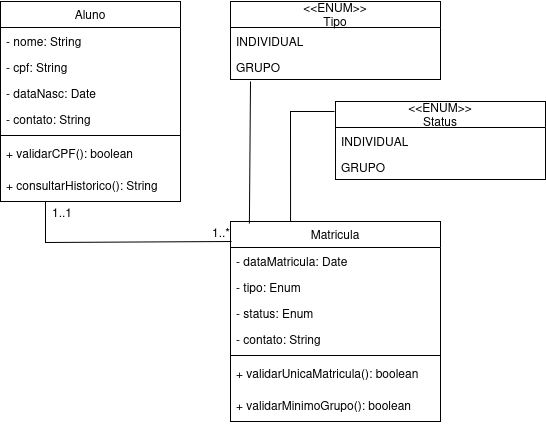
Earlier version of the draw.io export classes-trab.drawio.png (NathanAzvdo/trabalho_analiseII_N1). Source tidied: cells renumbered, new cells last; positions are measured from the earlier drawing's top-left corner, leaving out a move shared by most shapes.
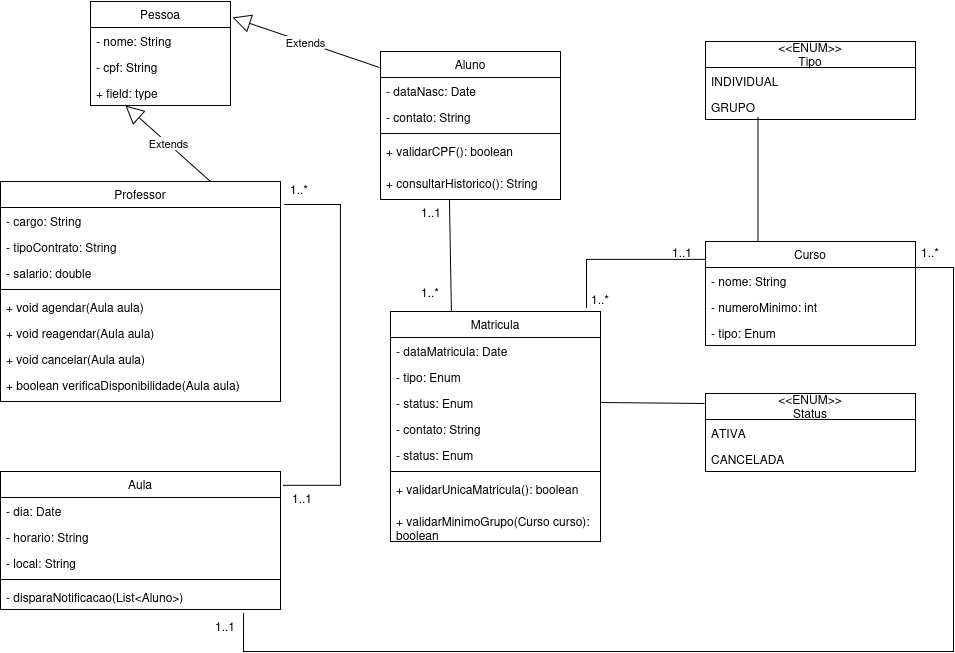
Above is the later version.

Change to the diagram source:
```diff
@@ -3,31 +3,25 @@
     <mxCell id="0" />
     <mxCell id="1" parent="0" />
     <mxCell id="2" value="Aluno" style="swimlane;fontStyle=0;horizontal=1;startSize=26;fillColor=none;whiteSpace=wrap;html=1;" parent="1" vertex="1">
-      <mxGeometry width="180" height="200" as="geometry" />
+      <mxGeometry x="220" y="-30" width="180" height="148" as="geometry" />
     </mxCell>
-    <mxCell id="3" value="- nome: String" style="text;strokeColor=none;fillColor=none;align=left;verticalAlign=top;spacingLeft=4;spacingRight=4;overflow=hidden;whiteSpace=wrap;html=1;" parent="2" vertex="1">
-      <mxGeometry y="26" width="180" height="26" as="geometry" />
-    </mxCell>
-    <mxCell id="4" value="- cpf: String" style="text;strokeColor=none;fillColor=none;align=left;verticalAlign=top;spacingLeft=4;spacingRight=4;overflow=hidden;whiteSpace=wrap;html=1;" parent="2" vertex="1">
-      <mxGeometry y="52" width="180" height="26" as="geometry" />
-    </mxCell>
     <mxCell id="5" value="- dataNasc: Date" style="text;strokeColor=none;fillColor=none;align=left;verticalAlign=top;spacingLeft=4;spacingRight=4;overflow=hidden;whiteSpace=wrap;html=1;" parent="2" vertex="1">
-      <mxGeometry y="78" width="180" height="26" as="geometry" />
+      <mxGeometry y="26" width="180" height="26" as="geometry" />
     </mxCell>
     <mxCell id="6" value="- contato: String" style="text;strokeColor=none;fillColor=none;align=left;verticalAlign=top;spacingLeft=4;spacingRight=4;overflow=hidden;whiteSpace=wrap;html=1;" parent="2" vertex="1">
-      <mxGeometry y="104" width="180" height="26" as="geometry" />
+      <mxGeometry y="52" width="180" height="26" as="geometry" />
     </mxCell>
     <mxCell id="7" style="line;strokeWidth=1;fillColor=none;align=left;verticalAlign=middle;spacingTop=-1;spacingLeft=3;spacingRight=3;labelPosition=right;strokeColor=inherit;" parent="2" vertex="1">
-      <mxGeometry y="130" width="180" height="8" as="geometry" />
+      <mxGeometry y="78" width="180" height="8" as="geometry" />
     </mxCell>
     <mxCell id="8" value="&lt;div&gt;+ validarCPF(): boolean&lt;/div&gt;" style="text;strokeColor=none;fillColor=none;align=left;verticalAlign=top;spacingLeft=4;spacingRight=4;overflow=hidden;whiteSpace=wrap;html=1;" parent="2" vertex="1">
-      <mxGeometry y="138" width="180" height="32" as="geometry" />
+      <mxGeometry y="86" width="180" height="32" as="geometry" />
     </mxCell>
     <mxCell id="9" value="&lt;div&gt;+ consultarHistorico(): String&lt;/div&gt;" style="text;strokeColor=none;fillColor=none;align=left;verticalAlign=top;spacingLeft=4;spacingRight=4;overflow=hidden;points=[[0,0.5],[1,0.5]];portConstraint=eastwest;whiteSpace=wrap;html=1;" parent="2" vertex="1">
-      <mxGeometry y="170" width="180" height="30" as="geometry" />
+      <mxGeometry y="118" width="180" height="30" as="geometry" />
     </mxCell>
     <mxCell id="10" value="Matricula" style="swimlane;fontStyle=0;horizontal=1;startSize=26;fillColor=none;whiteSpace=wrap;html=1;" parent="1" vertex="1">
-      <mxGeometry x="230" y="220" width="210" height="200" as="geometry" />
+      <mxGeometry x="230" y="230" width="210" height="230" as="geometry" />
     </mxCell>
     <mxCell id="11" value="- dataMatricula: Date" style="text;strokeColor=none;fillColor=none;align=left;verticalAlign=top;spacingLeft=4;spacingRight=4;overflow=hidden;whiteSpace=wrap;html=1;" parent="10" vertex="1">
       <mxGeometry y="26" width="210" height="26" as="geometry" />
@@ -41,17 +35,20 @@
     <mxCell id="14" value="- contato: String" style="text;strokeColor=none;fillColor=none;align=left;verticalAlign=top;spacingLeft=4;spacingRight=4;overflow=hidden;whiteSpace=wrap;html=1;" parent="10" vertex="1">
       <mxGeometry y="104" width="210" height="26" as="geometry" />
     </mxCell>
+    <mxCell id="29" value="- status: Enum " style="text;strokeColor=none;fillColor=none;align=left;verticalAlign=top;spacingLeft=4;spacingRight=4;overflow=hidden;whiteSpace=wrap;html=1;" parent="10" vertex="1">
+      <mxGeometry y="130" width="210" height="26" as="geometry" />
+    </mxCell>
     <mxCell id="15" style="line;strokeWidth=1;fillColor=none;align=left;verticalAlign=middle;spacingTop=-1;spacingLeft=3;spacingRight=3;labelPosition=right;strokeColor=inherit;" parent="10" vertex="1">
-      <mxGeometry y="130" width="210" height="8" as="geometry" />
+      <mxGeometry y="156" width="210" height="8" as="geometry" />
     </mxCell>
     <mxCell id="16" value="&lt;div&gt;+ validarUnicaMatricula(): boolean&lt;/div&gt;" style="text;strokeColor=none;fillColor=none;align=left;verticalAlign=top;spacingLeft=4;spacingRight=4;overflow=hidden;whiteSpace=wrap;html=1;" parent="10" vertex="1">
-      <mxGeometry y="138" width="210" height="32" as="geometry" />
+      <mxGeometry y="164" width="210" height="32" as="geometry" />
     </mxCell>
-    <mxCell id="17" value="&lt;div&gt;+ validarMinimoGrupo(): boolean&lt;/div&gt;" style="text;strokeColor=none;fillColor=none;align=left;verticalAlign=top;spacingLeft=4;spacingRight=4;overflow=hidden;whiteSpace=wrap;html=1;" parent="10" vertex="1">
-      <mxGeometry y="170" width="210" height="30" as="geometry" />
+    <mxCell id="17" value="&lt;div&gt;+ validarMinimoGrupo(Curso curso): boolean&lt;/div&gt;" style="text;strokeColor=none;fillColor=none;align=left;verticalAlign=top;spacingLeft=4;spacingRight=4;overflow=hidden;whiteSpace=wrap;html=1;" parent="10" vertex="1">
+      <mxGeometry y="196" width="210" height="34" as="geometry" />
     </mxCell>
     <mxCell id="18" value="&amp;lt;&amp;lt;ENUM&amp;gt;&amp;gt;&lt;div&gt;Tipo&lt;/div&gt;" style="swimlane;fontStyle=0;horizontal=1;startSize=26;fillColor=none;whiteSpace=wrap;html=1;" parent="1" vertex="1">
-      <mxGeometry x="230" width="210" height="78" as="geometry" />
+      <mxGeometry x="545" y="-40" width="210" height="78" as="geometry" />
     </mxCell>
     <mxCell id="19" value="INDIVIDUAL" style="text;strokeColor=none;fillColor=none;align=left;verticalAlign=top;spacingLeft=4;spacingRight=4;overflow=hidden;whiteSpace=wrap;html=1;" parent="18" vertex="1">
       <mxGeometry y="26" width="210" height="26" as="geometry" />
@@ -60,40 +57,161 @@
       <mxGeometry y="52" width="210" height="26" as="geometry" />
     </mxCell>
     <mxCell id="21" value="&amp;lt;&amp;lt;ENUM&amp;gt;&amp;gt;&lt;div&gt;Status&lt;/div&gt;" style="swimlane;fontStyle=0;horizontal=1;startSize=26;fillColor=none;whiteSpace=wrap;html=1;" parent="1" vertex="1">
-      <mxGeometry x="335" y="100" width="210" height="78" as="geometry" />
+      <mxGeometry x="545" y="312" width="210" height="78" as="geometry" />
     </mxCell>
-    <mxCell id="22" value="INDIVIDUAL" style="text;strokeColor=none;fillColor=none;align=left;verticalAlign=top;spacingLeft=4;spacingRight=4;overflow=hidden;whiteSpace=wrap;html=1;" parent="21" vertex="1">
+    <mxCell id="22" value="ATIVA" style="text;strokeColor=none;fillColor=none;align=left;verticalAlign=top;spacingLeft=4;spacingRight=4;overflow=hidden;whiteSpace=wrap;html=1;" parent="21" vertex="1">
       <mxGeometry y="26" width="210" height="26" as="geometry" />
     </mxCell>
-    <mxCell id="23" value="GRUPO" style="text;strokeColor=none;fillColor=none;align=left;verticalAlign=top;spacingLeft=4;spacingRight=4;overflow=hidden;whiteSpace=wrap;html=1;" parent="21" vertex="1">
+    <mxCell id="23" value="CANCELADA" style="text;strokeColor=none;fillColor=none;align=left;verticalAlign=top;spacingLeft=4;spacingRight=4;overflow=hidden;whiteSpace=wrap;html=1;" parent="21" vertex="1">
       <mxGeometry y="52" width="210" height="26" as="geometry" />
     </mxCell>
-    <mxCell id="24" style="endArrow=none;html=1;rounded=0;entryX=0.09;entryY=0.01;entryDx=0;entryDy=0;entryPerimeter=0;" parent="1" edge="1" target="10">
-      <mxGeometry relative="1" as="geometry">
-        <mxPoint x="250" y="80" as="sourcePoint" />
-      </mxGeometry>
+    <mxCell id="24" style="endArrow=none;html=1;rounded=0;entryX=0.25;entryY=0;entryDx=0;entryDy=0;exitX=0.25;exitY=0.923;exitDx=0;exitDy=0;exitPerimeter=0;" parent="1" edge="1" source="20" target="30">
+      <mxGeometry relative="1" as="geometry" />
     </mxCell>
-    <mxCell id="25" style="endArrow=none;html=1;rounded=0;entryX=0.286;entryY=0;entryDx=0;entryDy=0;exitX=-0.005;exitY=0.128;exitDx=0;exitDy=0;exitPerimeter=0;entryPerimeter=0;" parent="1" edge="1" source="21" target="10">
-      <mxGeometry relative="1" as="geometry">
-        <Array as="points">
-          <mxPoint x="290" y="110" />
-        </Array>
-      </mxGeometry>
+    <mxCell id="25" style="endArrow=none;html=1;rounded=0;entryX=1;entryY=0.5;entryDx=0;entryDy=0;exitX=-0.005;exitY=0.128;exitDx=0;exitDy=0;exitPerimeter=0;" parent="1" edge="1" source="21" target="13">
+      <mxGeometry relative="1" as="geometry" />
     </mxCell>
-    <mxCell id="26" style="endArrow=none;html=1;rounded=0;exitX=0.25;exitY=1;exitDx=0;exitDy=0;entryX=0.005;entryY=0.1;entryDx=0;entryDy=0;entryPerimeter=0;" parent="1" edge="1" source="2" target="10">
-      <mxGeometry relative="1" as="geometry">
-        <Array as="points">
-          <mxPoint x="45" y="241" />
-        </Array>
-      </mxGeometry>
+    <mxCell id="26" style="endArrow=none;html=1;rounded=0;entryX=0.29;entryY=0;entryDx=0;entryDy=0;entryPerimeter=0;exitX=0.383;exitY=1;exitDx=0;exitDy=0;exitPerimeter=0;" parent="1" edge="1" source="9" target="10">
+      <mxGeometry relative="1" as="geometry" />
     </mxCell>
     <mxCell id="27" value="1..1" style="html=1;whiteSpace=wrap;align=left;verticalAlign=bottom;" parent="26" vertex="1">
       <mxGeometry x="-1" relative="1" as="geometry">
-        <mxPoint x="5" y="20" as="offset" />
+        <mxPoint x="-30" y="22" as="offset" />
       </mxGeometry>
     </mxCell>
     <mxCell id="28" value="1..*" style="html=1;whiteSpace=wrap;align=right;verticalAlign=bottom;" parent="26" vertex="1">
-      <mxGeometry x="1" relative="1" as="geometry" />
+      <mxGeometry x="1" relative="1" as="geometry">
+        <mxPoint x="-11" y="-10" as="offset" />
+      </mxGeometry>
     </mxCell>
+    <mxCell id="30" value="&lt;div&gt;Curso&lt;/div&gt;" style="swimlane;fontStyle=0;horizontal=1;startSize=26;fillColor=none;whiteSpace=wrap;html=1;" parent="1" vertex="1">
+      <mxGeometry x="545" y="160" width="210" height="104" as="geometry" />
+    </mxCell>
+    <mxCell id="3" value="- nome: String" style="text;strokeColor=none;fillColor=none;align=left;verticalAlign=top;spacingLeft=4;spacingRight=4;overflow=hidden;whiteSpace=wrap;html=1;" parent="30" vertex="1">
+      <mxGeometry y="26" width="210" height="26" as="geometry" />
+    </mxCell>
+    <mxCell id="31" value="- numeroMinimo: int" style="text;strokeColor=none;fillColor=none;align=left;verticalAlign=top;spacingLeft=4;spacingRight=4;overflow=hidden;whiteSpace=wrap;html=1;" parent="30" vertex="1">
+      <mxGeometry y="52" width="210" height="26" as="geometry" />
+    </mxCell>
+    <mxCell id="32" value="- tipo: Enum" style="text;strokeColor=none;fillColor=none;align=left;verticalAlign=top;spacingLeft=4;spacingRight=4;overflow=hidden;whiteSpace=wrap;html=1;" parent="30" vertex="1">
+      <mxGeometry y="78" width="210" height="26" as="geometry" />
+    </mxCell>
+    <mxCell id="33" style="endArrow=none;html=1;rounded=0;exitX=0.933;exitY=-0.015;exitDx=0;exitDy=0;entryX=0;entryY=0.138;entryDx=0;entryDy=0;entryPerimeter=0;exitPerimeter=0;edgeStyle=orthogonalEdgeStyle;" parent="1" edge="1" source="10" target="30">
+      <mxGeometry relative="1" as="geometry">
+        <Array as="points">
+          <mxPoint x="426" y="178" />
+        </Array>
+      </mxGeometry>
+    </mxCell>
+    <mxCell id="34" value="1..1" style="html=1;whiteSpace=wrap;align=left;verticalAlign=bottom;" parent="33" vertex="1">
+      <mxGeometry x="-1" relative="1" as="geometry">
+        <mxPoint x="84" y="-47" as="offset" />
+      </mxGeometry>
+    </mxCell>
+    <mxCell id="35" value="1..*" style="html=1;whiteSpace=wrap;align=right;verticalAlign=bottom;" parent="33" vertex="1">
+      <mxGeometry x="1" relative="1" as="geometry">
+        <mxPoint x="-95" y="52" as="offset" />
+      </mxGeometry>
+    </mxCell>
+    <mxCell id="36" value="Pessoa" style="swimlane;fontStyle=0;horizontal=1;startSize=26;fillColor=none;whiteSpace=wrap;html=1;" parent="1" vertex="1">
+      <mxGeometry x="-70" y="-80" width="140" height="104" as="geometry" />
+    </mxCell>
+    <mxCell id="37" value="- nome: String " style="text;strokeColor=none;fillColor=none;align=left;verticalAlign=top;spacingLeft=4;spacingRight=4;overflow=hidden;whiteSpace=wrap;html=1;" parent="36" vertex="1">
+      <mxGeometry y="26" width="140" height="26" as="geometry" />
+    </mxCell>
+    <mxCell id="4" value="- cpf: String" style="text;strokeColor=none;fillColor=none;align=left;verticalAlign=top;spacingLeft=4;spacingRight=4;overflow=hidden;whiteSpace=wrap;html=1;" parent="36" vertex="1">
+      <mxGeometry y="52" width="140" height="26" as="geometry" />
+    </mxCell>
+    <mxCell id="38" value="+ field: type" style="text;strokeColor=none;fillColor=none;align=left;verticalAlign=top;spacingLeft=4;spacingRight=4;overflow=hidden;whiteSpace=wrap;html=1;" parent="36" vertex="1">
+      <mxGeometry y="78" width="140" height="26" as="geometry" />
+    </mxCell>
+    <mxCell id="39" value="Extends" style="endArrow=block;endSize=16;endFill=0;html=1;rounded=0;exitX=-0.006;exitY=0.108;exitDx=0;exitDy=0;exitPerimeter=0;entryX=1.014;entryY=0.154;entryDx=0;entryDy=0;entryPerimeter=0;" parent="1" edge="1" source="2" target="36">
+      <mxGeometry relative="1" as="geometry" />
+    </mxCell>
+    <mxCell id="40" value="Professor" style="swimlane;fontStyle=0;horizontal=1;startSize=26;fillColor=none;whiteSpace=wrap;html=1;" parent="1" vertex="1">
+      <mxGeometry x="-160" y="100" width="280" height="220" as="geometry" />
+    </mxCell>
+    <mxCell id="41" value="- cargo: String " style="text;strokeColor=none;fillColor=none;align=left;verticalAlign=top;spacingLeft=4;spacingRight=4;overflow=hidden;whiteSpace=wrap;html=1;" parent="40" vertex="1">
+      <mxGeometry y="26" width="280" height="26" as="geometry" />
+    </mxCell>
+    <mxCell id="42" value="- tipoContrato: String" style="text;strokeColor=none;fillColor=none;align=left;verticalAlign=top;spacingLeft=4;spacingRight=4;overflow=hidden;whiteSpace=wrap;html=1;" parent="40" vertex="1">
+      <mxGeometry y="52" width="280" height="26" as="geometry" />
+    </mxCell>
+    <mxCell id="43" value="- salario: double" style="text;strokeColor=none;fillColor=none;align=left;verticalAlign=top;spacingLeft=4;spacingRight=4;overflow=hidden;whiteSpace=wrap;html=1;" parent="40" vertex="1">
+      <mxGeometry y="78" width="280" height="26" as="geometry" />
+    </mxCell>
+    <mxCell id="44" style="line;strokeWidth=1;fillColor=none;align=left;verticalAlign=middle;spacingTop=-1;spacingLeft=3;spacingRight=3;labelPosition=right;strokeColor=inherit;" parent="40" vertex="1">
+      <mxGeometry y="104" width="280" height="8" as="geometry" />
+    </mxCell>
+    <mxCell id="45" value="+ void agendar(Aula aula)" style="text;strokeColor=none;fillColor=none;align=left;verticalAlign=top;spacingLeft=4;spacingRight=4;overflow=hidden;whiteSpace=wrap;html=1;" parent="40" vertex="1">
+      <mxGeometry y="112" width="280" height="26" as="geometry" />
+    </mxCell>
+    <mxCell id="46" value="+ void reagendar(Aula aula)" style="text;strokeColor=none;fillColor=none;align=left;verticalAlign=top;spacingLeft=4;spacingRight=4;overflow=hidden;whiteSpace=wrap;html=1;" parent="40" vertex="1">
+      <mxGeometry y="138" width="280" height="26" as="geometry" />
+    </mxCell>
+    <mxCell id="47" value="+ void cancelar(Aula aula)" style="text;strokeColor=none;fillColor=none;align=left;verticalAlign=top;spacingLeft=4;spacingRight=4;overflow=hidden;whiteSpace=wrap;html=1;" parent="40" vertex="1">
+      <mxGeometry y="164" width="280" height="26" as="geometry" />
+    </mxCell>
+    <mxCell id="48" value="+ boolean verificaDisponibilidade(Aula aula)" style="text;strokeColor=none;fillColor=none;align=left;verticalAlign=top;spacingLeft=4;spacingRight=4;overflow=hidden;whiteSpace=wrap;html=1;" parent="40" vertex="1">
+      <mxGeometry y="190" width="280" height="30" as="geometry" />
+    </mxCell>
+    <mxCell id="49" value="Extends" style="endArrow=block;endSize=16;endFill=0;html=1;rounded=0;exitX=0.75;exitY=0;exitDx=0;exitDy=0;entryX=0.25;entryY=1;entryDx=0;entryDy=0;" parent="1" edge="1" source="40" target="36">
+      <mxGeometry relative="1" as="geometry" />
+    </mxCell>
+    <mxCell id="50" value="Aula" style="swimlane;fontStyle=0;horizontal=1;startSize=26;fillColor=none;whiteSpace=wrap;html=1;" parent="1" vertex="1">
+      <mxGeometry x="-160" y="390" width="280" height="138" as="geometry" />
+    </mxCell>
+    <mxCell id="51" value="- dia: Date" style="text;strokeColor=none;fillColor=none;align=left;verticalAlign=top;spacingLeft=4;spacingRight=4;overflow=hidden;whiteSpace=wrap;html=1;" parent="50" vertex="1">
+      <mxGeometry y="26" width="280" height="26" as="geometry" />
+    </mxCell>
+    <mxCell id="52" value="- horario: String" style="text;strokeColor=none;fillColor=none;align=left;verticalAlign=top;spacingLeft=4;spacingRight=4;overflow=hidden;whiteSpace=wrap;html=1;" parent="50" vertex="1">
+      <mxGeometry y="52" width="280" height="26" as="geometry" />
+    </mxCell>
+    <mxCell id="53" value="- local: String " style="text;strokeColor=none;fillColor=none;align=left;verticalAlign=top;spacingLeft=4;spacingRight=4;overflow=hidden;whiteSpace=wrap;html=1;" parent="50" vertex="1">
+      <mxGeometry y="78" width="280" height="26" as="geometry" />
+    </mxCell>
+    <mxCell id="54" style="line;strokeWidth=1;fillColor=none;align=left;verticalAlign=middle;spacingTop=-1;spacingLeft=3;spacingRight=3;labelPosition=right;strokeColor=inherit;" parent="50" vertex="1">
+      <mxGeometry y="104" width="280" height="8" as="geometry" />
+    </mxCell>
+    <mxCell id="55" value="- disparaNotificacao(List&amp;lt;Aluno&amp;gt;)" style="text;strokeColor=none;fillColor=none;align=left;verticalAlign=top;spacingLeft=4;spacingRight=4;overflow=hidden;points=[[0,0.5],[1,0.5]];portConstraint=eastwest;whiteSpace=wrap;html=1;" parent="50" vertex="1">
+      <mxGeometry y="112" width="280" height="26" as="geometry" />
+    </mxCell>
+    <mxCell id="56" style="endArrow=none;html=1;rounded=0;entryX=1;entryY=0.25;entryDx=0;entryDy=0;edgeStyle=orthogonalEdgeStyle;exitX=0.868;exitY=1.154;exitDx=0;exitDy=0;exitPerimeter=0;" parent="1" edge="1" source="55" target="30">
+      <mxGeometry relative="1" as="geometry">
+        <Array as="points">
+          <mxPoint x="83" y="570" />
+          <mxPoint x="793" y="570" />
+          <mxPoint x="793" y="186" />
+        </Array>
+      </mxGeometry>
+    </mxCell>
+    <mxCell id="57" value="1..1" style="html=1;whiteSpace=wrap;align=left;verticalAlign=bottom;" parent="56" vertex="1">
+      <mxGeometry x="-1" relative="1" as="geometry">
+        <mxPoint x="-30" y="22" as="offset" />
+      </mxGeometry>
+    </mxCell>
+    <mxCell id="58" value="1..*" style="html=1;whiteSpace=wrap;align=right;verticalAlign=bottom;" parent="56" vertex="1">
+      <mxGeometry x="1" relative="1" as="geometry">
+        <mxPoint x="25" y="-6" as="offset" />
+      </mxGeometry>
+    </mxCell>
+    <mxCell id="59" style="endArrow=none;html=1;rounded=0;entryX=1.014;entryY=0.105;entryDx=0;entryDy=0;exitX=1.011;exitY=0.101;exitDx=0;exitDy=0;exitPerimeter=0;entryPerimeter=0;edgeStyle=orthogonalEdgeStyle;" parent="1" edge="1" source="50" target="40">
+      <mxGeometry relative="1" as="geometry">
+        <Array as="points">
+          <mxPoint x="180" y="404" />
+          <mxPoint x="180" y="123" />
+        </Array>
+      </mxGeometry>
+    </mxCell>
+    <mxCell id="60" value="1..1" style="html=1;whiteSpace=wrap;align=left;verticalAlign=bottom;" parent="59" vertex="1">
+      <mxGeometry x="-1" relative="1" as="geometry">
+        <mxPoint x="7" y="22" as="offset" />
+      </mxGeometry>
+    </mxCell>
+    <mxCell id="61" value="1..*" style="html=1;whiteSpace=wrap;align=right;verticalAlign=bottom;" parent="59" vertex="1">
+      <mxGeometry x="1" relative="1" as="geometry">
+        <mxPoint x="25" y="-6" as="offset" />
+      </mxGeometry>
+    </mxCell>
   </root>
 </mxGraphModel>
```
